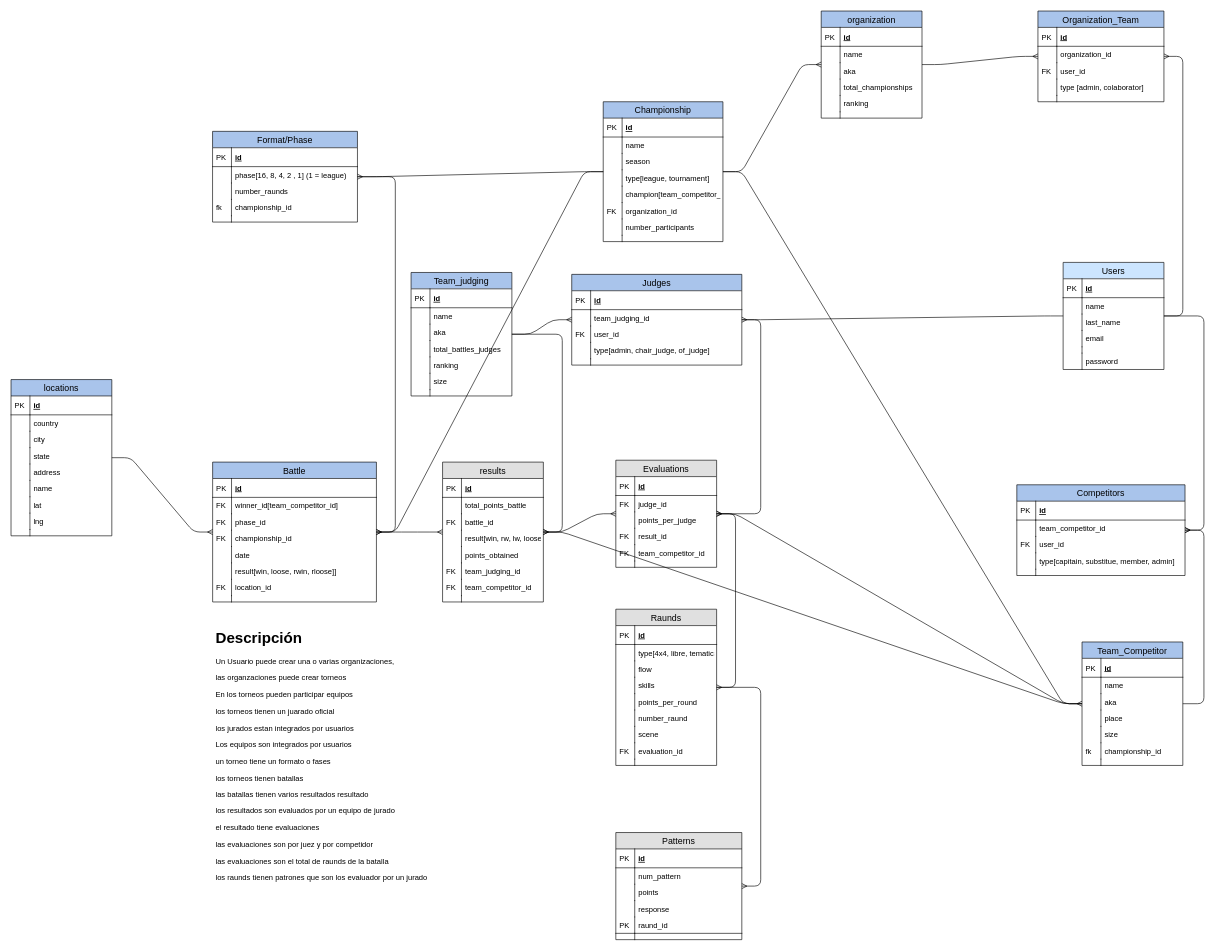
Isidro-hernndez/Texto1 keeps this draw.io diagram as Untitled Diagram.drawio. Above is the earlier version. Source tidied: cells renumbered, new cells numbered last; positions are measured from the earlier drawing's top-left corner, leaving out a move shared by most shapes. Both pictures are drawn from the tidied source at 63%, with x=0, y=0 at pixel (11, 11).
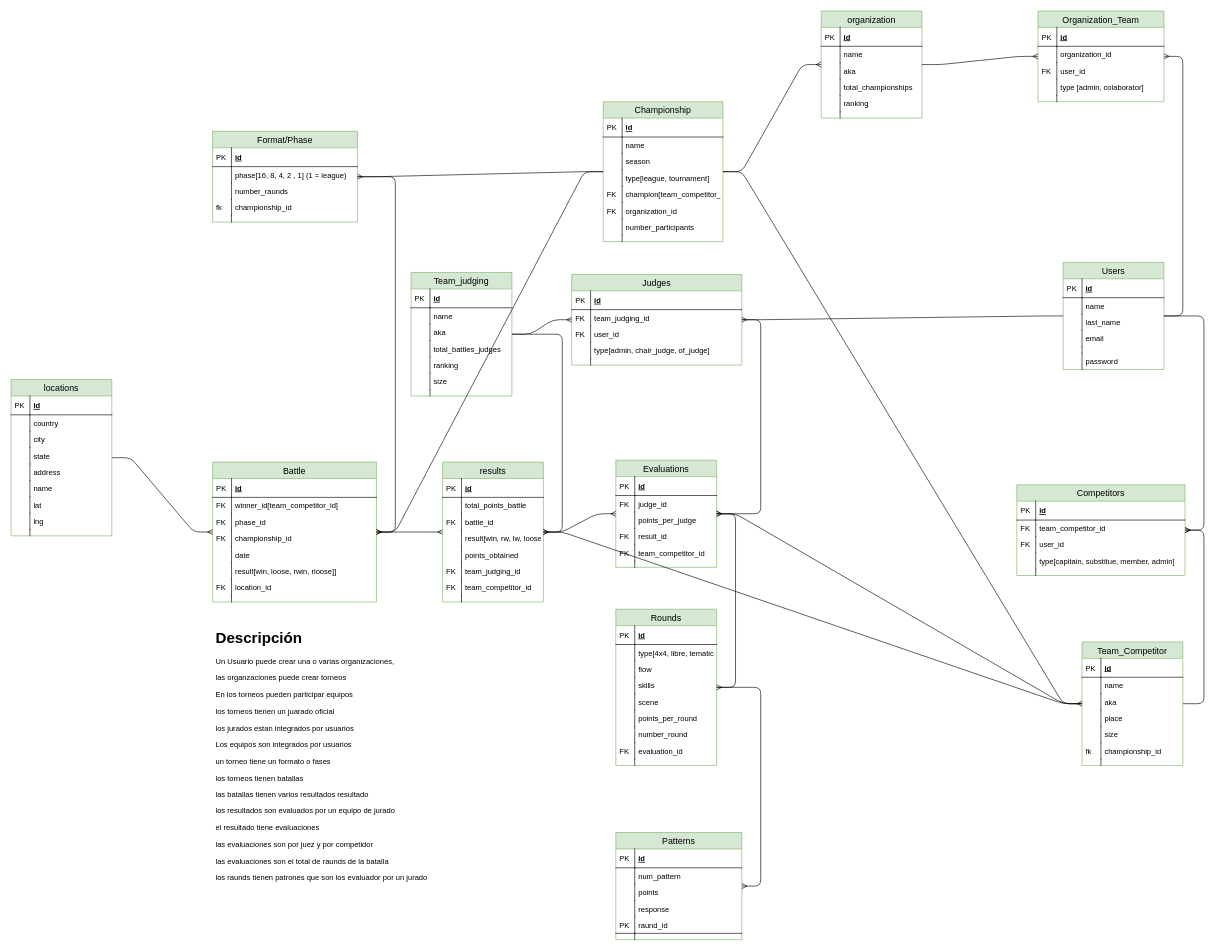
After the change.

Unchanged cells that the change refers to:
```xml
<mxCell id="116" value="team_judging_id" style="shape=partialRectangle;top=0;left=0;right=0;bottom=0;align=left;verticalAlign=top;fillColor=none;spacingLeft=34;spacingRight=4;overflow=hidden;fontSize=12;" parent="113" vertex="1">
  <mxGeometry y="56" width="270" height="26" as="geometry" />
</mxCell>
<mxCell id="145" value="team_competitor_id" style="shape=partialRectangle;top=0;left=0;right=0;bottom=0;align=left;verticalAlign=top;fillColor=none;spacingLeft=34;spacingRight=4;overflow=hidden;fontSize=12;" parent="142" vertex="1">
  <mxGeometry y="56" width="267" height="26" as="geometry" />
</mxCell>
<mxCell id="165" value="champion[team_competitor_id]" style="shape=partialRectangle;top=0;left=0;right=0;bottom=0;align=left;verticalAlign=top;fillColor=none;spacingLeft=34;spacingRight=4;overflow=hidden;fontSize=12;" parent="156" vertex="1">
  <mxGeometry y="134" width="190" height="26" as="geometry" />
</mxCell>
```

Diff of the diagram source:
```diff
@@
-    <mxCell id="2" value="Battle" style="swimlane;fontStyle=0;horizontal=1;startSize=26;swimlaneFillColor=#ffffff;align=center;fontSize=14;fillColor=#A9C4EB;" parent="1" vertex="1">
+    <mxCell id="2" value="Battle" style="swimlane;fontStyle=0;horizontal=1;startSize=26;swimlaneFillColor=#ffffff;align=center;fontSize=14;fillColor=#d5e8d4;strokeColor=#82b366;" parent="1" vertex="1">
       <mxGeometry x="320" y="716" width="260" height="222" as="geometry" />
     </mxCell>
@@
-    <mxCell id="19" value="Users" style="swimlane;fontStyle=0;horizontal=1;startSize=26;fillColor=#CCE5FF;swimlaneFillColor=#ffffff;align=center;fontSize=14;" parent="1" vertex="1">
+    <mxCell id="19" value="Users" style="swimlane;fontStyle=0;horizontal=1;startSize=26;fillColor=#d5e8d4;swimlaneFillColor=#ffffff;align=center;fontSize=14;strokeColor=#82b366;" parent="1" vertex="1">
       <mxGeometry x="1670" y="399" width="160" height="170" as="geometry" />
     </mxCell>
@@
-    <mxCell id="32" value="Evaluations" style="swimlane;fontStyle=0;horizontal=1;startSize=26;fillColor=#e0e0e0;swimlaneFillColor=#ffffff;align=center;fontSize=14;" parent="1" vertex="1">
+    <mxCell id="32" value="Evaluations" style="swimlane;fontStyle=0;horizontal=1;startSize=26;fillColor=#d5e8d4;swimlaneFillColor=#ffffff;align=center;fontSize=14;strokeColor=#82b366;" parent="1" vertex="1">
       <mxGeometry x="960" y="713" width="160" height="170" as="geometry" />
     </mxCell>
@@
-    <mxCell id="46" value="Raunds" style="swimlane;fontStyle=0;horizontal=1;startSize=26;fillColor=#e0e0e0;swimlaneFillColor=#ffffff;align=center;fontSize=14;" parent="1" vertex="1">
+    <mxCell id="46" value="Rounds" style="swimlane;fontStyle=0;horizontal=1;startSize=26;fillColor=#d5e8d4;swimlaneFillColor=#ffffff;align=center;fontSize=14;strokeColor=#82b366;" parent="1" vertex="1">
       <mxGeometry x="960" y="949.5" width="160" height="248" as="geometry" />
     </mxCell>
@@
+    <mxCell id="59" value="scene" style="shape=partialRectangle;top=0;left=0;right=0;bottom=0;align=left;verticalAlign=top;fillColor=none;spacingLeft=34;spacingRight=4;overflow=hidden;fontSize=12;" parent="46" vertex="1">
+      <mxGeometry y="134" width="160" height="26" as="geometry" />
+    </mxCell>
+    <mxCell id="60" style="shape=partialRectangle;top=0;left=0;bottom=0;fillColor=none;align=left;verticalAlign=top;spacingLeft=4;spacingRight=4;overflow=hidden;fontSize=12;" parent="59" vertex="1">
+      <mxGeometry width="30" height="26" as="geometry" />
+    </mxCell>
     <mxCell id="55" value="points_per_round" style="shape=partialRectangle;top=0;left=0;right=0;bottom=0;align=left;verticalAlign=top;fillColor=none;spacingLeft=34;spacingRight=4;overflow=hidden;fontSize=12;" parent="46" vertex="1">
-      <mxGeometry y="134" width="160" height="26" as="geometry" />
+      <mxGeometry y="160" width="160" height="26" as="geometry" />
     </mxCell>
@@
-    <mxCell id="57" value="number_raund" style="shape=partialRectangle;top=0;left=0;right=0;bottom=0;align=left;verticalAlign=top;fillColor=none;spacingLeft=34;spacingRight=4;overflow=hidden;fontSize=12;" parent="46" vertex="1">
-      <mxGeometry y="160" width="160" height="26" as="geometry" />
+    <mxCell id="57" value="number_round" style="shape=partialRectangle;top=0;left=0;right=0;bottom=0;align=left;verticalAlign=top;fillColor=none;spacingLeft=34;spacingRight=4;overflow=hidden;fontSize=12;" parent="46" vertex="1">
+      <mxGeometry y="186" width="160" height="26" as="geometry" />
     </mxCell>
@@
-    <mxCell id="59" value="scene" style="shape=partialRectangle;top=0;left=0;right=0;bottom=0;align=left;verticalAlign=top;fillColor=none;spacingLeft=34;spacingRight=4;overflow=hidden;fontSize=12;" parent="46" vertex="1">
-      <mxGeometry y="186" width="160" height="26" as="geometry" />
-    </mxCell>
-    <mxCell id="60" style="shape=partialRectangle;top=0;left=0;bottom=0;fillColor=none;align=left;verticalAlign=top;spacingLeft=4;spacingRight=4;overflow=hidden;fontSize=12;" parent="59" vertex="1">
-      <mxGeometry width="30" height="26" as="geometry" />
-    </mxCell>
@@
-    <mxCell id="65" value="Patterns" style="swimlane;fontStyle=0;horizontal=1;startSize=26;fillColor=#e0e0e0;swimlaneFillColor=#ffffff;align=center;fontSize=14;" parent="1" vertex="1">
+    <mxCell id="65" value="Patterns" style="swimlane;fontStyle=0;horizontal=1;startSize=26;fillColor=#d5e8d4;swimlaneFillColor=#ffffff;align=center;fontSize=14;strokeColor=#82b366;" parent="1" vertex="1">
       <mxGeometry x="960" y="1304" width="200" height="170" as="geometry" />
     </mxCell>
@@
-    <mxCell id="78" value="Team_judging" style="swimlane;fontStyle=0;horizontal=1;startSize=26;fillColor=#A9C4EB;swimlaneFillColor=#ffffff;align=center;fontSize=14;" parent="1" vertex="1">
+    <mxCell id="78" value="Team_judging" style="swimlane;fontStyle=0;horizontal=1;startSize=26;fillColor=#d5e8d4;swimlaneFillColor=#ffffff;align=center;fontSize=14;strokeColor=#82b366;" parent="1" vertex="1">
       <mxGeometry x="635" y="415" width="160" height="196" as="geometry" />
     </mxCell>
@@
-    <mxCell id="95" value="results" style="swimlane;fontStyle=0;horizontal=1;startSize=26;fillColor=#e0e0e0;swimlaneFillColor=#ffffff;align=center;fontSize=14;" parent="1" vertex="1">
+    <mxCell id="95" value="results" style="swimlane;fontStyle=0;horizontal=1;startSize=26;fillColor=#d5e8d4;swimlaneFillColor=#ffffff;align=center;fontSize=14;strokeColor=#82b366;" parent="1" vertex="1">
       <mxGeometry x="685" y="716" width="160" height="222" as="geometry" />
     </mxCell>
@@
-    <mxCell id="113" value="Judges" style="swimlane;fontStyle=0;horizontal=1;startSize=26;fillColor=#A9C4EB;swimlaneFillColor=#ffffff;align=center;fontSize=14;" parent="1" vertex="1">
+    <mxCell id="113" value="Judges" style="swimlane;fontStyle=0;horizontal=1;startSize=26;fillColor=#d5e8d4;swimlaneFillColor=#ffffff;align=center;fontSize=14;strokeColor=#82b366;" parent="1" vertex="1">
       <mxGeometry x="890" y="418" width="270" height="144" as="geometry" />
     </mxCell>
@@
-    <mxCell id="117" style="shape=partialRectangle;top=0;left=0;bottom=0;fillColor=none;align=left;verticalAlign=top;spacingLeft=4;spacingRight=4;overflow=hidden;fontSize=12;" parent="116" vertex="1">
+    <mxCell id="117" value="FK" style="shape=partialRectangle;top=0;left=0;bottom=0;fillColor=none;align=left;verticalAlign=top;spacingLeft=4;spacingRight=4;overflow=hidden;fontSize=12;" parent="116" vertex="1">
       <mxGeometry width="30" height="26" as="geometry" />
     </mxCell>
@@
-    <mxCell id="127" value="Team_Competitor" style="swimlane;fontStyle=0;horizontal=1;startSize=26;fillColor=#A9C4EB;swimlaneFillColor=#ffffff;align=center;fontSize=14;" parent="1" vertex="1">
+    <mxCell id="127" value="Team_Competitor" style="swimlane;fontStyle=0;horizontal=1;startSize=26;fillColor=#d5e8d4;swimlaneFillColor=#ffffff;align=center;fontSize=14;strokeColor=#82b366;" parent="1" vertex="1">
       <mxGeometry x="1700" y="1001.5" width="160" height="196" as="geometry" />
     </mxCell>
@@
-    <mxCell id="142" value="Competitors" style="swimlane;fontStyle=0;horizontal=1;startSize=26;fillColor=#A9C4EB;swimlaneFillColor=#ffffff;align=center;fontSize=14;" parent="1" vertex="1">
+    <mxCell id="142" value="Competitors" style="swimlane;fontStyle=0;horizontal=1;startSize=26;fillColor=#d5e8d4;swimlaneFillColor=#ffffff;align=center;fontSize=14;strokeColor=#82b366;" parent="1" vertex="1">
       <mxGeometry x="1596.5" y="752" width="267" height="144" as="geometry" />
     </mxCell>
@@
-    <mxCell id="146" style="shape=partialRectangle;top=0;left=0;bottom=0;fillColor=none;align=left;verticalAlign=top;spacingLeft=4;spacingRight=4;overflow=hidden;fontSize=12;" parent="145" vertex="1">
+    <mxCell id="146" value="FK" style="shape=partialRectangle;top=0;left=0;bottom=0;fillColor=none;align=left;verticalAlign=top;spacingLeft=4;spacingRight=4;overflow=hidden;fontSize=12;" parent="145" vertex="1">
       <mxGeometry width="30" height="26" as="geometry" />
     </mxCell>
@@
-    <mxCell id="156" value="Championship" style="swimlane;fontStyle=0;horizontal=1;startSize=26;fillColor=#A9C4EB;swimlaneFillColor=#ffffff;align=center;fontSize=14;" parent="1" vertex="1">
+    <mxCell id="156" value="Championship" style="swimlane;fontStyle=0;horizontal=1;startSize=26;fillColor=#d5e8d4;swimlaneFillColor=#ffffff;align=center;fontSize=14;strokeColor=#82b366;" parent="1" vertex="1">
       <mxGeometry x="940" y="144" width="190" height="222" as="geometry" />
     </mxCell>
@@
-    <mxCell id="166" style="shape=partialRectangle;top=0;left=0;bottom=0;fillColor=none;align=left;verticalAlign=top;spacingLeft=4;spacingRight=4;overflow=hidden;fontSize=12;" parent="165" vertex="1">
+    <mxCell id="166" value="FK" style="shape=partialRectangle;top=0;left=0;bottom=0;fillColor=none;align=left;verticalAlign=top;spacingLeft=4;spacingRight=4;overflow=hidden;fontSize=12;" parent="165" vertex="1">
       <mxGeometry width="30" height="26" as="geometry" />
     </mxCell>
@@
-    <mxCell id="175" value="organization" style="swimlane;fontStyle=0;horizontal=1;startSize=26;fillColor=#A9C4EB;swimlaneFillColor=#ffffff;align=center;fontSize=14;" parent="1" vertex="1">
+    <mxCell id="175" value="organization" style="swimlane;fontStyle=0;horizontal=1;startSize=26;fillColor=#d5e8d4;swimlaneFillColor=#ffffff;align=center;fontSize=14;strokeColor=#82b366;" parent="1" vertex="1">
       <mxGeometry x="1286" width="160" height="170" as="geometry" />
     </mxCell>
@@
-    <mxCell id="190" value="Format/Phase" style="swimlane;fontStyle=0;horizontal=1;startSize=26;fillColor=#A9C4EB;swimlaneFillColor=#ffffff;align=center;fontSize=14;" parent="1" vertex="1">
+    <mxCell id="190" value="Format/Phase" style="swimlane;fontStyle=0;horizontal=1;startSize=26;fillColor=#d5e8d4;swimlaneFillColor=#ffffff;align=center;fontSize=14;strokeColor=#82b366;" parent="1" vertex="1">
       <mxGeometry x="319.9" y="191" width="230" height="144" as="geometry" />
     </mxCell>
@@
-    <mxCell id="203" value="Organization_Team" style="swimlane;fontStyle=0;horizontal=1;startSize=26;fillColor=#A9C4EB;swimlaneFillColor=#ffffff;align=center;fontSize=14;" parent="1" vertex="1">
+    <mxCell id="203" value="Organization_Team" style="swimlane;fontStyle=0;horizontal=1;startSize=26;fillColor=#d5e8d4;swimlaneFillColor=#ffffff;align=center;fontSize=14;strokeColor=#82b366;" parent="1" vertex="1">
       <mxGeometry x="1630" width="200" height="144" as="geometry" />
     </mxCell>
@@
-    <mxCell id="215" value="locations" style="swimlane;fontStyle=0;horizontal=1;startSize=26;fillColor=#A9C4EB;swimlaneFillColor=#ffffff;align=center;fontSize=14;" parent="1" vertex="1">
+    <mxCell id="215" value="locations" style="swimlane;fontStyle=0;horizontal=1;startSize=26;fillColor=#d5e8d4;swimlaneFillColor=#ffffff;align=center;fontSize=14;strokeColor=#82b366;" parent="1" vertex="1">
       <mxGeometry y="585" width="160" height="248" as="geometry" />
     </mxCell>
```
